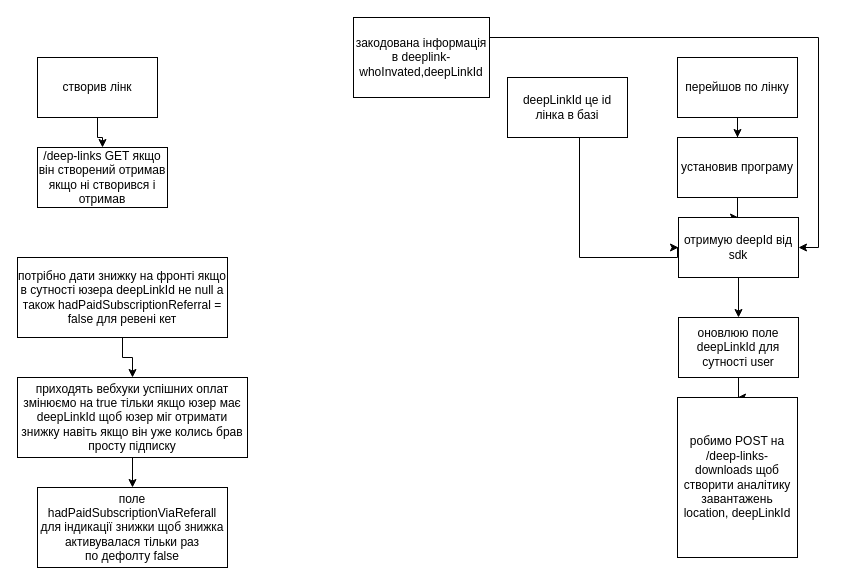
macs1756/beprog-schema keeps this draw.io diagram as Діаграма без назви.drawio. Above is the earlier version. Source tidied: cells renumbered, new cells numbered last; positions are measured from the earlier drawing's top-left corner, leaving out a move shared by most shapes. Both pictures are drawn from the tidied source at 100%, with x=0, y=0 at pixel (17, 17).
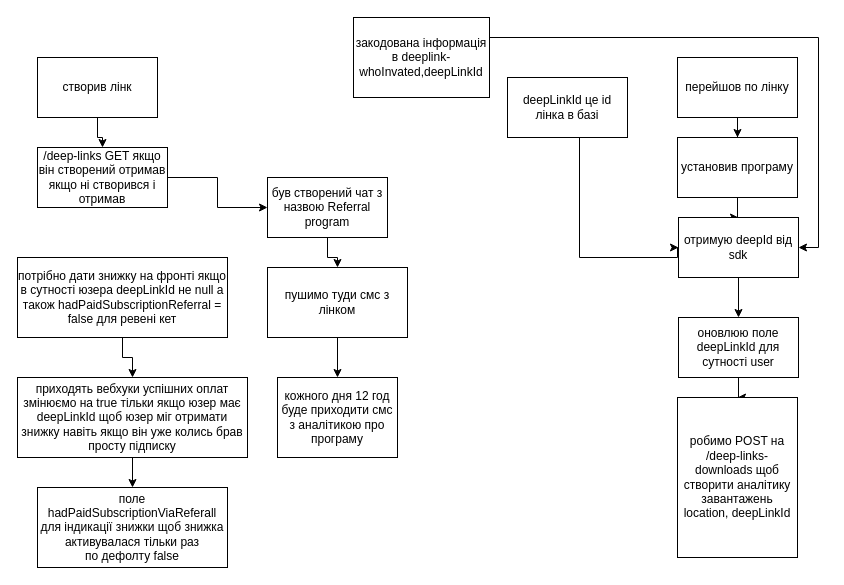
After the change.

Unchanged cells that the change refers to:
```xml
<mxCell id="6" value="/deep-links GET якщо він створений отримав якщо ні створився і отримав" style="rounded=0;whiteSpace=wrap;html=1;" parent="1" vertex="1">
  <mxGeometry x="20" y="130" width="130" height="60" as="geometry" />
</mxCell>
```

Change to the diagram source:
```diff
@@
+    <mxCell id="23" style="edgeStyle=orthogonalEdgeStyle;rounded=0;jettySize=auto;html=1;exitX=1;exitY=0.5;exitDx=0;exitDy=0;" parent="1" edge="1" source="6" target="25">
+      <mxGeometry relative="1" as="geometry" />
+    </mxCell>
@@
+    <mxCell id="24" style="edgeStyle=orthogonalEdgeStyle;rounded=0;jettySize=auto;html=1;" parent="1" edge="1" source="25" target="27">
+      <mxGeometry relative="1" as="geometry" />
+    </mxCell>
+    <mxCell id="25" value="був створений чат з назвою Referral program " style="rounded=0;whiteSpace=wrap;html=1;" parent="1" vertex="1">
+      <mxGeometry x="250" y="160" width="120" height="60" as="geometry" />
+    </mxCell>
+    <mxCell id="26" style="edgeStyle=orthogonalEdgeStyle;rounded=0;jettySize=auto;html=1;" parent="1" edge="1" source="27" target="28">
+      <mxGeometry relative="1" as="geometry" />
+    </mxCell>
+    <mxCell id="27" value="пушимо туди смс з лінком" style="whiteSpace=wrap;html=1;rounded=0;" parent="1" vertex="1">
+      <mxGeometry x="250" y="250" width="140" height="70" as="geometry" />
+    </mxCell>
+    <mxCell id="28" value="кожного дня 12 год буде приходити смс з аналітикою про програму" style="whiteSpace=wrap;html=1;rounded=0;" parent="1" vertex="1">
+      <mxGeometry x="260" y="360" width="120" height="80" as="geometry" />
+    </mxCell>
```
